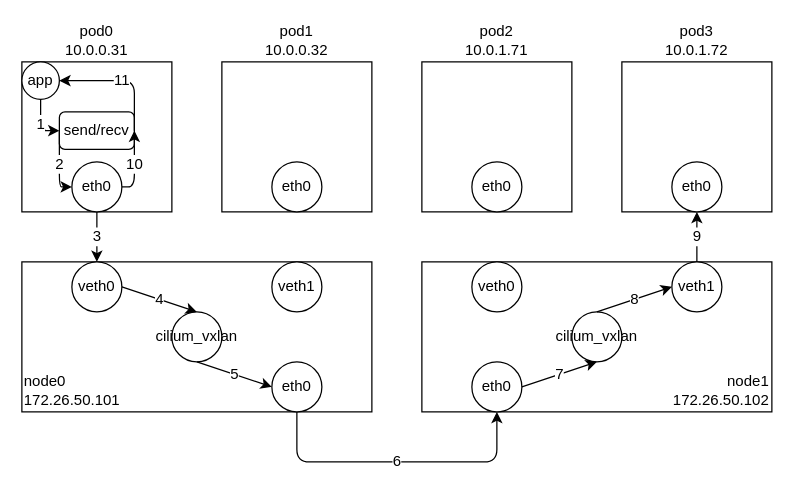
The draw.io diagram page "service" (3 of 3) of k8s.cilium/cilium.drawio in haruband/codebook, before the edit. Source tidied: cells renumbered, new cells numbered last; positions are measured from the earlier drawing's top-left corner, leaving out a move shared by most shapes. Both pictures are drawn from the tidied source at 125%, with x=0, y=0 at pixel (21, 61).
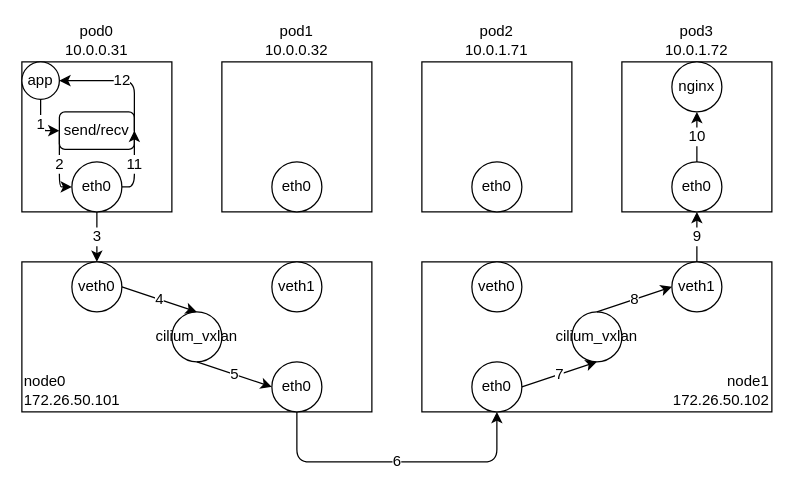
Above is the later version.

Unchanged cells that the change refers to:
```xml
<mxCell id="3" value="eth0" style="ellipse;whiteSpace=wrap;html=1;fontSize=12;" parent="1" vertex="1">
  <mxGeometry x="40" y="80" width="40" height="40" as="geometry" />
</mxCell>
<mxCell id="13" value="eth0" style="ellipse;whiteSpace=wrap;html=1;fontSize=12;" parent="1" vertex="1">
  <mxGeometry x="520" y="80" width="40" height="40" as="geometry" />
</mxCell>
<mxCell id="27" value="send/recv" style="rounded=1;whiteSpace=wrap;html=1;" parent="1" vertex="1">
  <mxGeometry x="30" y="40" width="60" height="30" as="geometry" />
</mxCell>
<mxCell id="30" value="app" style="ellipse;whiteSpace=wrap;html=1;fontSize=12;" parent="1" vertex="1">
  <mxGeometry width="30" height="30" as="geometry" />
</mxCell>
```

Diff of the diagram source:
```diff
@@
-    <mxCell id="29" value="10" style="endArrow=classic;html=1;fontSize=12;exitX=1;exitY=0.5;exitDx=0;exitDy=0;entryX=1;entryY=0.5;entryDx=0;entryDy=0;" parent="1" edge="1" source="3" target="27">
+    <mxCell id="29" value="11" style="endArrow=classic;html=1;fontSize=12;exitX=1;exitY=0.5;exitDx=0;exitDy=0;entryX=1;entryY=0.5;entryDx=0;entryDy=0;" parent="1" edge="1" source="3" target="27">
       <mxGeometry relative="1" as="geometry">
         <Array as="points">
           <mxPoint x="90" y="100" />
         </Array>
       </mxGeometry>
     </mxCell>
@@
-    <mxCell id="32" value="11" style="endArrow=classic;html=1;fontSize=12;exitX=1;exitY=0.5;exitDx=0;exitDy=0;entryX=1;entryY=0.5;entryDx=0;entryDy=0;" parent="1" edge="1" source="27" target="30">
+    <mxCell id="32" value="12" style="endArrow=classic;html=1;fontSize=12;exitX=1;exitY=0.5;exitDx=0;exitDy=0;entryX=1;entryY=0.5;entryDx=0;entryDy=0;" parent="1" edge="1" source="27" target="30">
       <mxGeometry relative="1" as="geometry">
         <Array as="points">
           <mxPoint x="90" y="15" />
         </Array>
       </mxGeometry>
     </mxCell>
+    <mxCell id="33" value="nginx" style="ellipse;whiteSpace=wrap;html=1;fontSize=12;" parent="1" vertex="1">
+      <mxGeometry x="520" width="40" height="40" as="geometry" />
+    </mxCell>
+    <mxCell id="34" value="10" style="endArrow=classic;html=1;fontSize=12;exitX=0.5;exitY=0;exitDx=0;exitDy=0;entryX=0.5;entryY=1;entryDx=0;entryDy=0;" parent="1" edge="1" source="13" target="33">
+      <mxGeometry relative="1" as="geometry" />
+    </mxCell>
```
